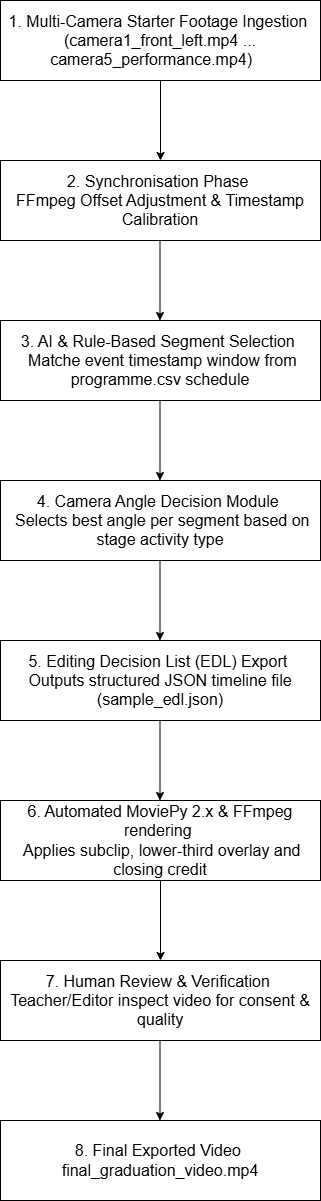
The draw.io diagram pipeline_architecture_diagram.png in wongshunze/BTIS3053_2026B_Project, before a commit. Source tidied: cells renumbered, new cells last; positions are measured from the earlier drawing's top-left corner, leaving out a move shared by most shapes. Its diagram source:
```xml
<mxGraphModel>
  <root>
    <mxCell id="0" />
    <mxCell id="1" parent="0" />
    <mxCell id="2" value="&lt;font style=&quot;font-size: 16px;&quot;&gt;1. Multi-Camera Starter Footage Ingestion&amp;nbsp;&lt;br&gt;(camera1_front_left.mp4 ... camera5_performance.mp4)&amp;nbsp; &amp;nbsp;&amp;nbsp;&lt;/font&gt;" style="rounded=0;whiteSpace=wrap;html=1;" parent="1" vertex="1">
      <mxGeometry width="320" height="80" as="geometry" />
    </mxCell>
    <mxCell id="3" style="endArrow=classic;html=1;rounded=0;exitX=0.5;exitY=1;exitDx=0;exitDy=0;" parent="1" edge="1" source="2">
      <mxGeometry relative="1" as="geometry">
        <mxPoint x="160" y="160" as="targetPoint" />
      </mxGeometry>
    </mxCell>
    <mxCell id="4" value="&lt;font style=&quot;font-size: 16px;&quot;&gt;2. Synchronisation Phase&amp;nbsp;&lt;br&gt;FFmpeg Offset Adjustment &amp;amp; Timestamp Calibration&lt;/font&gt;" style="rounded=0;whiteSpace=wrap;html=1;" parent="1" vertex="1">
      <mxGeometry y="160" width="320" height="80" as="geometry" />
    </mxCell>
    <mxCell id="5" style="endArrow=classic;html=1;rounded=0;exitX=0.5;exitY=1;exitDx=0;exitDy=0;" parent="1" edge="1">
      <mxGeometry relative="1" as="geometry">
        <mxPoint x="159.5" y="240" as="sourcePoint" />
        <mxPoint x="159.5" y="320" as="targetPoint" />
      </mxGeometry>
    </mxCell>
    <mxCell id="6" value="&lt;font style=&quot;font-size: 16px;&quot;&gt;3. AI &amp;amp; Rule-Based Segment Selection&amp;nbsp;&lt;br&gt;&amp;nbsp;Matche event timestamp window from programme.csv schedule&lt;/font&gt;" style="rounded=0;whiteSpace=wrap;html=1;" parent="1" vertex="1">
      <mxGeometry y="320" width="320" height="80" as="geometry" />
    </mxCell>
    <mxCell id="7" style="endArrow=classic;html=1;rounded=0;exitX=0.5;exitY=1;exitDx=0;exitDy=0;" parent="1" edge="1">
      <mxGeometry relative="1" as="geometry">
        <mxPoint x="159.5" y="400" as="sourcePoint" />
        <mxPoint x="159.5" y="480" as="targetPoint" />
      </mxGeometry>
    </mxCell>
    <mxCell id="8" value="&lt;font style=&quot;font-size: 16px;&quot;&gt;4. Camera Angle Decision Module&amp;nbsp;&lt;br&gt;&amp;nbsp;Selects best angle per segment based on stage activity type&lt;/font&gt;" style="rounded=0;whiteSpace=wrap;html=1;" parent="1" vertex="1">
      <mxGeometry y="480" width="320" height="80" as="geometry" />
    </mxCell>
    <mxCell id="9" style="endArrow=classic;html=1;rounded=0;exitX=0.5;exitY=1;exitDx=0;exitDy=0;" parent="1" edge="1">
      <mxGeometry relative="1" as="geometry">
        <mxPoint x="159.5" y="560" as="sourcePoint" />
        <mxPoint x="159.5" y="640" as="targetPoint" />
      </mxGeometry>
    </mxCell>
    <mxCell id="10" value="&lt;font style=&quot;font-size: 16px;&quot;&gt;5. Editing Decision List (EDL) Export&amp;nbsp;&lt;br&gt;Outputs structured JSON timeline file (sample_edl.json)&lt;/font&gt;" style="rounded=0;whiteSpace=wrap;html=1;" parent="1" vertex="1">
      <mxGeometry y="640" width="320" height="80" as="geometry" />
    </mxCell>
    <mxCell id="11" style="endArrow=classic;html=1;rounded=0;exitX=0.5;exitY=1;exitDx=0;exitDy=0;" parent="1" edge="1">
      <mxGeometry relative="1" as="geometry">
        <mxPoint x="159.5" y="720" as="sourcePoint" />
        <mxPoint x="159.5" y="800" as="targetPoint" />
      </mxGeometry>
    </mxCell>
    <mxCell id="12" value="&lt;div style=&quot;&quot;&gt;&lt;span style=&quot;font-size: 16px; background-color: transparent; color: light-dark(rgb(0, 0, 0), rgb(255, 255, 255));&quot;&gt;6. Automated MoviePy 2.x &amp;amp; FFmpeg rendering&amp;nbsp;&lt;/span&gt;&lt;/div&gt;&lt;font style=&quot;font-size: 16px;&quot;&gt;&lt;div style=&quot;&quot;&gt;&lt;span style=&quot;background-color: transparent; color: light-dark(rgb(0, 0, 0), rgb(255, 255, 255));&quot;&gt;&amp;nbsp;Applies subclip, lower-third overlay and closing credit&lt;/span&gt;&lt;/div&gt;&lt;/font&gt;" style="rounded=0;whiteSpace=wrap;html=1;align=center;" parent="1" vertex="1">
      <mxGeometry y="800" width="320" height="80" as="geometry" />
    </mxCell>
    <mxCell id="13" style="endArrow=classic;html=1;rounded=0;exitX=0.5;exitY=1;exitDx=0;exitDy=0;" parent="1" edge="1">
      <mxGeometry relative="1" as="geometry">
        <mxPoint x="160" y="880" as="sourcePoint" />
        <mxPoint x="160" y="960" as="targetPoint" />
      </mxGeometry>
    </mxCell>
    <mxCell id="14" value="&lt;div style=&quot;&quot;&gt;&lt;font style=&quot;font-size: 16px;&quot;&gt;7. Human Review &amp;amp; Verification&amp;nbsp; Teacher/Editor inspect video for consent &amp;amp; quality&lt;/font&gt;&lt;/div&gt;" style="rounded=0;whiteSpace=wrap;html=1;align=center;" parent="1" vertex="1">
      <mxGeometry y="960" width="320" height="80" as="geometry" />
    </mxCell>
    <mxCell id="15" style="endArrow=classic;html=1;rounded=0;exitX=0.5;exitY=1;exitDx=0;exitDy=0;" parent="1" edge="1">
      <mxGeometry relative="1" as="geometry">
        <mxPoint x="159.5" y="1040" as="sourcePoint" />
        <mxPoint x="159.5" y="1120" as="targetPoint" />
      </mxGeometry>
    </mxCell>
    <mxCell id="16" value="&lt;div style=&quot;&quot;&gt;&lt;font style=&quot;font-size: 16px;&quot;&gt; 8. Final Exported Video&amp;nbsp; final_graduation_video.mp4  &lt;/font&gt;&lt;/div&gt;" style="rounded=0;whiteSpace=wrap;html=1;align=center;" parent="1" vertex="1">
      <mxGeometry y="1120" width="320" height="80" as="geometry" />
    </mxCell>
  </root>
</mxGraphModel>
```
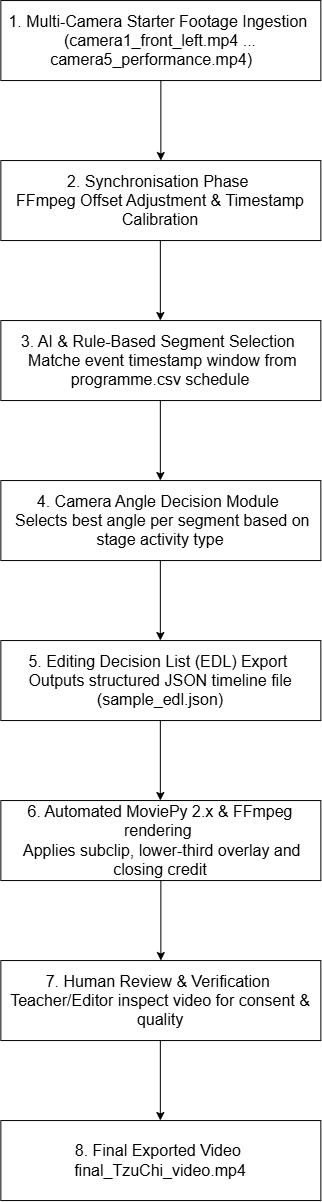
After the commit.

Commit message:
docs: add proposed video editing pipeline architecture diagram

Diff of the diagram source:
```diff
@@ -64,7 +64,7 @@
         <mxPoint x="159.5" y="1120" as="targetPoint" />
       </mxGeometry>
     </mxCell>
-    <mxCell id="16" value="&lt;div style=&quot;&quot;&gt;&lt;font style=&quot;font-size: 16px;&quot;&gt; 8. Final Exported Video&amp;nbsp; final_graduation_video.mp4  &lt;/font&gt;&lt;/div&gt;" style="rounded=0;whiteSpace=wrap;html=1;align=center;" parent="1" vertex="1">
+    <mxCell id="16" value="&lt;div style=&quot;&quot;&gt;&lt;font style=&quot;font-size: 16px;&quot;&gt; 8. Final Exported Video&amp;nbsp; final_TzuChi_video.mp4  &lt;/font&gt;&lt;/div&gt;" style="rounded=0;whiteSpace=wrap;html=1;align=center;" parent="1" vertex="1">
       <mxGeometry y="1120" width="320" height="80" as="geometry" />
     </mxCell>
   </root>
```
